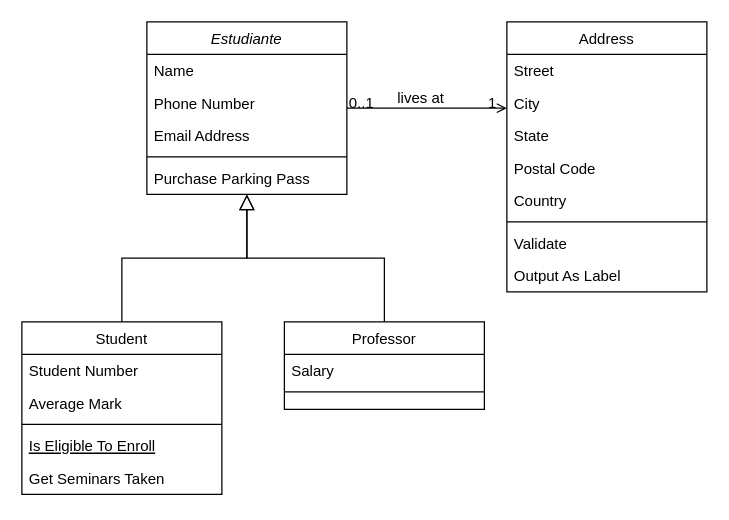
This is Diagrama sin título.drawio from RichardYauc/Diagrama-clases, a draw.io file, before an edit. Source tidied: cells renumbered, new cells numbered last; positions are measured from the earlier drawing's top-left corner, leaving out a move shared by most shapes. Both pictures are drawn from the tidied source at 125%, with x=0, y=0 at pixel (21, 21).
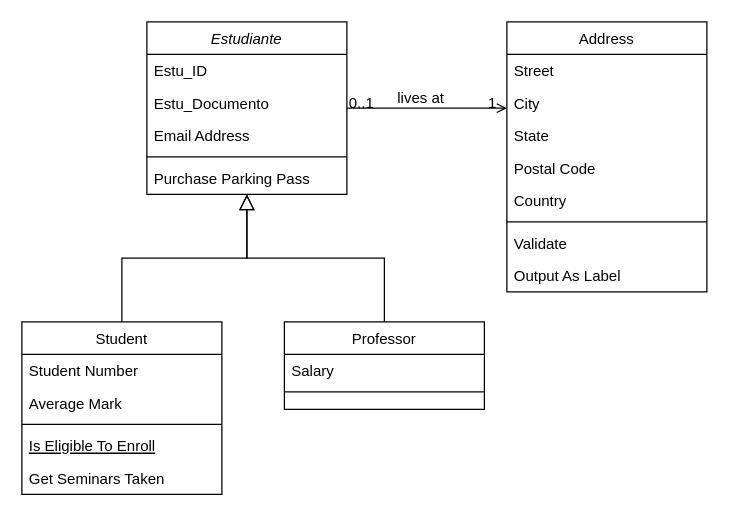
The same page after the edit.

The change refers to these unchanged cells:
```xml
<mxCell id="2" value="Estudiante" style="swimlane;fontStyle=2;align=center;verticalAlign=top;horizontal=1;startSize=26;rounded=0;shadow=0;strokeWidth=1;" parent="1" vertex="1">
  <mxGeometry x="100" width="160" height="138" as="geometry" />
</mxCell>
```

Change to the diagram source:
```diff
@@
-    <mxCell id="3" value="Name" style="text;align=left;verticalAlign=top;spacingLeft=4;spacingRight=4;overflow=hidden;" parent="2" vertex="1">
+    <mxCell id="3" value="Estu_ID" style="text;align=left;verticalAlign=top;spacingLeft=4;spacingRight=4;overflow=hidden;" parent="2" vertex="1">
       <mxGeometry y="26" width="160" height="26" as="geometry" />
     </mxCell>
-    <mxCell id="4" value="Phone Number" style="text;align=left;verticalAlign=top;spacingLeft=4;spacingRight=4;overflow=hidden;rounded=0;shadow=0;html=0;" parent="2" vertex="1">
+    <mxCell id="4" value="Estu_Documento" style="text;align=left;verticalAlign=top;spacingLeft=4;spacingRight=4;overflow=hidden;rounded=0;shadow=0;html=0;" parent="2" vertex="1">
       <mxGeometry y="52" width="160" height="26" as="geometry" />
     </mxCell>
```
